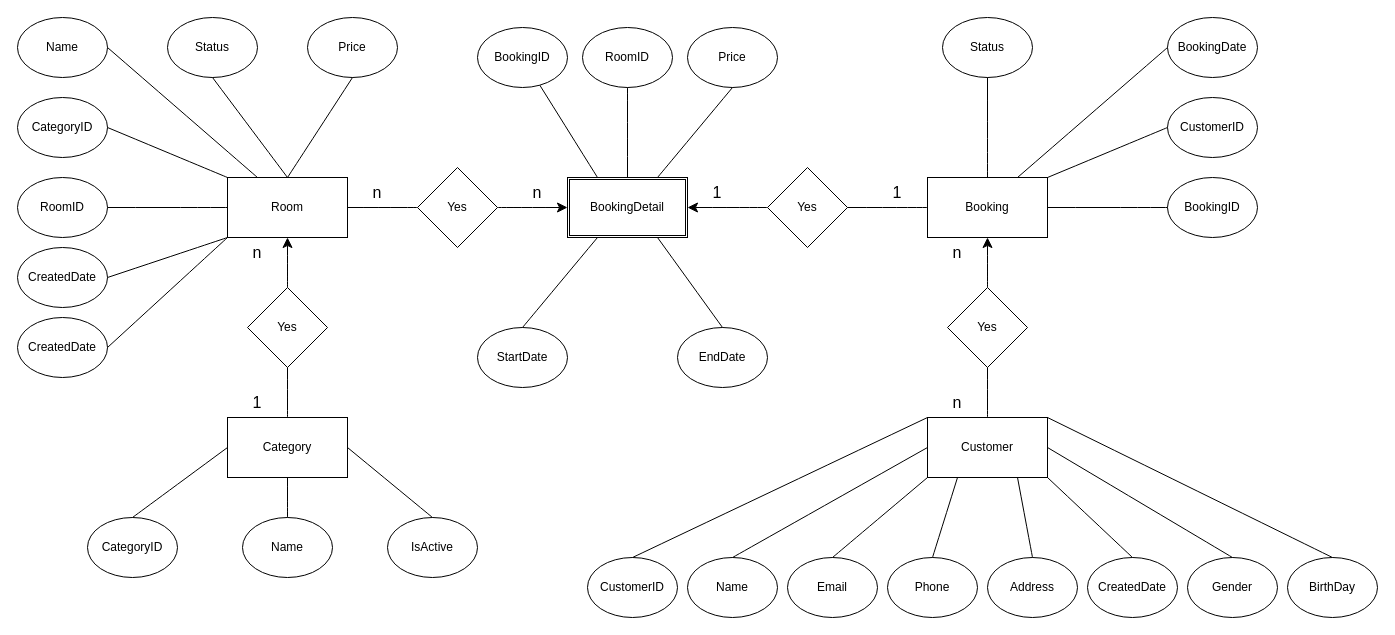
Before: Untitled Diagram.drawio in hoangprohigher/-pever, a draw.io diagram. Source tidied: cells renumbered, new cells numbered last; positions are measured from the earlier drawing's top-left corner, leaving out a move shared by most shapes. Both pictures are drawn from the tidied source at 100%, with x=0, y=0 at pixel (17, 17).
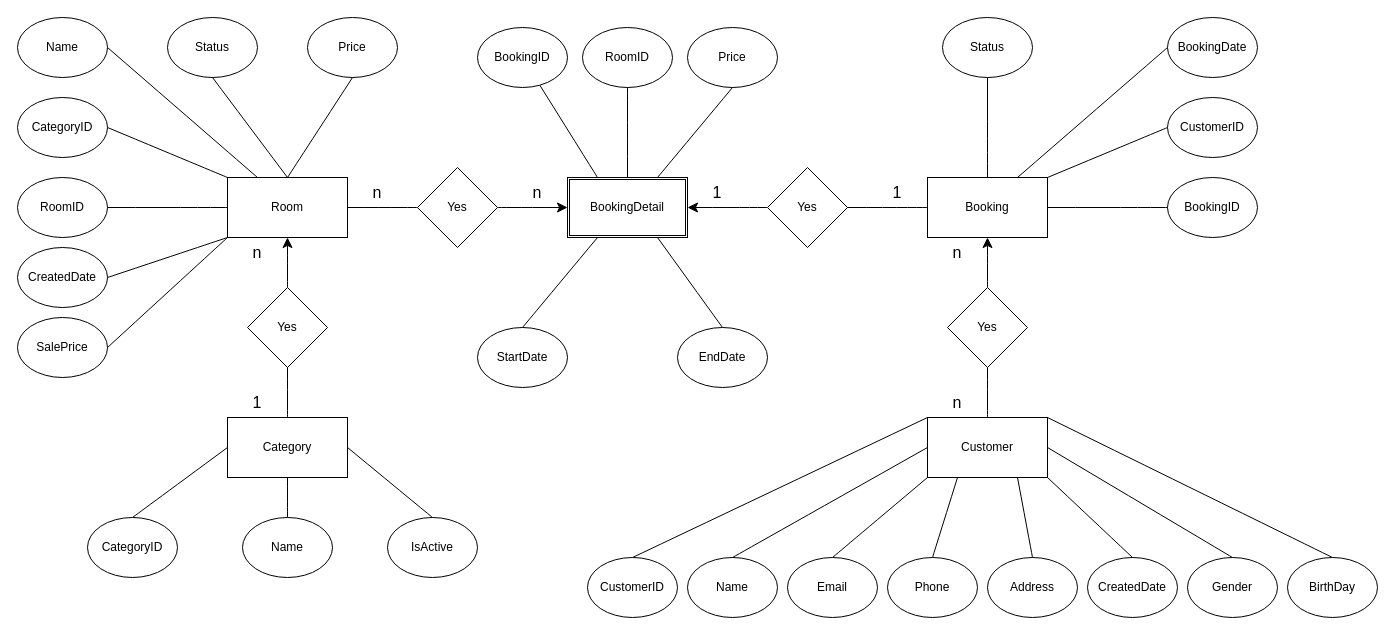
The same diagram, later.

Change to the diagram source:
```diff
@@
-    <mxCell id="76" value="CreatedDate" style="ellipse;whiteSpace=wrap;html=1;" parent="1" vertex="1">
+    <mxCell id="76" value="SalePrice" style="ellipse;whiteSpace=wrap;html=1;" parent="1" vertex="1">
       <mxGeometry y="300" width="90" height="60" as="geometry" />
     </mxCell>
```
